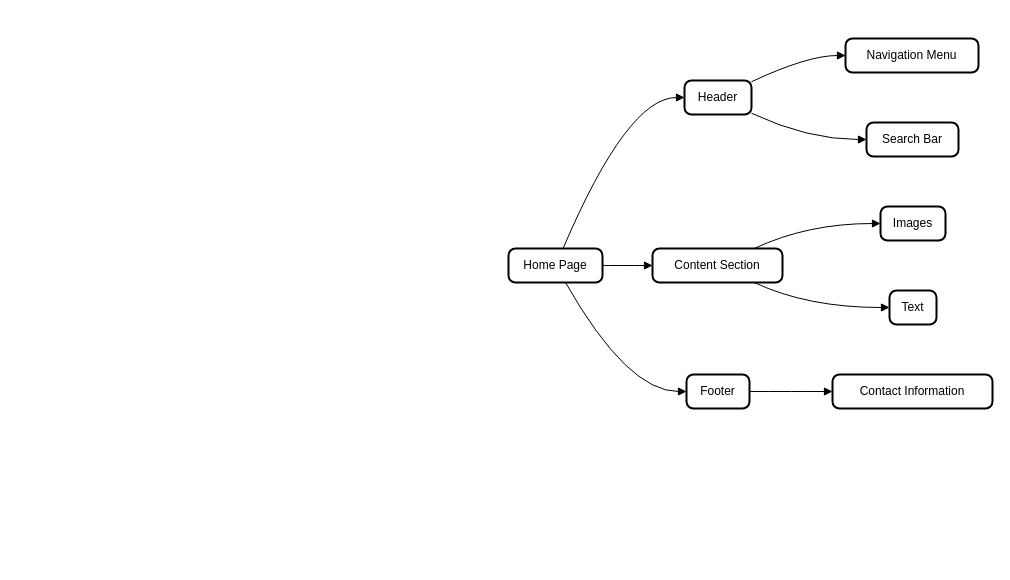
The draw.io diagram planning/Untitled Diagram.drawio in cjfritz9/ecomm-for-kids, before the edit. Source tidied: cells renumbered, new cells numbered last; positions are measured from the earlier drawing's top-left corner, leaving out a move shared by most shapes. Both pictures are drawn from the tidied source at 100%, with x=0, y=0 at pixel (508, 38).
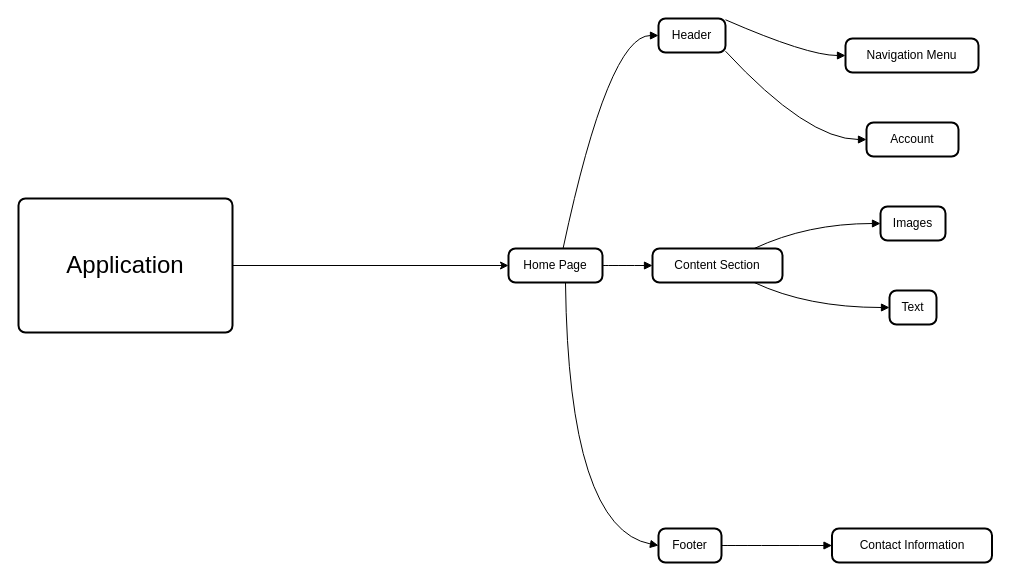
The same page after the edit.

The change refers to these unchanged cells:
```xml
<mxCell id="2" value="Home Page" style="rounded=1;absoluteArcSize=1;arcSize=14;whiteSpace=wrap;strokeWidth=2;" parent="1" vertex="1">
  <mxGeometry y="210" width="94" height="34" as="geometry" />
</mxCell>
```

Change to the diagram source:
```diff
@@
     <mxCell id="3" value="Header" style="rounded=1;absoluteArcSize=1;arcSize=14;whiteSpace=wrap;strokeWidth=2;" parent="1" vertex="1">
-      <mxGeometry x="176" y="42" width="67" height="34" as="geometry" />
+      <mxGeometry x="150" y="-20" width="67" height="34" as="geometry" />
     </mxCell>
@@
     <mxCell id="5" value="Footer" style="rounded=1;absoluteArcSize=1;arcSize=14;whiteSpace=wrap;strokeWidth=2;" parent="1" vertex="1">
-      <mxGeometry x="178" y="336" width="63" height="34" as="geometry" />
+      <mxGeometry x="150" y="490" width="63" height="34" as="geometry" />
     </mxCell>
@@
-    <mxCell id="7" value="Search Bar" style="rounded=1;absoluteArcSize=1;arcSize=14;whiteSpace=wrap;strokeWidth=2;" parent="1" vertex="1">
+    <mxCell id="7" value="Account" style="rounded=1;absoluteArcSize=1;arcSize=14;whiteSpace=wrap;strokeWidth=2;" parent="1" vertex="1">
       <mxGeometry x="358" y="84" width="92" height="34" as="geometry" />
     </mxCell>
@@
     <mxCell id="10" value="Contact Information" style="rounded=1;absoluteArcSize=1;arcSize=14;whiteSpace=wrap;strokeWidth=2;" parent="1" vertex="1">
-      <mxGeometry x="324" y="336" width="160" height="34" as="geometry" />
+      <mxGeometry x="323.5" y="490" width="160" height="34" as="geometry" />
     </mxCell>
     <mxCell id="11" style="curved=1;startArrow=none;endArrow=block;exitX=0.5803905359517477;exitY=0;entryX=-0.00408115671641791;entryY=0.5;" parent="1" edge="1" source="2" target="3">
       <mxGeometry relative="1" as="geometry">
         <Array as="points">
-          <mxPoint x="119" y="59" />
+          <mxPoint x="100" y="-3" />
         </Array>
       </mxGeometry>
     </mxCell>
@@
     <mxCell id="13" style="curved=1;startArrow=none;endArrow=block;exitX=0.6063147083966566;exitY=1;entryX=0.00043402777777777775;entryY=0.5;" parent="1" edge="1" source="2" target="5">
       <mxGeometry relative="1" as="geometry">
         <Array as="points">
-          <mxPoint x="119" y="353" />
+          <mxPoint x="60" y="490" />
         </Array>
       </mxGeometry>
     </mxCell>
@@
+    <mxCell id="19" style="edgeStyle=orthogonalEdgeStyle;rounded=0;jettySize=auto;html=1;entryX=0;entryY=0.5;entryDx=0;entryDy=0;" parent="1" edge="1" source="20" target="2">
+      <mxGeometry relative="1" as="geometry" />
+    </mxCell>
+    <mxCell id="20" value="Application" style="rounded=1;absoluteArcSize=1;arcSize=14;whiteSpace=wrap;strokeWidth=2;fontSize=24;fontStyle=0;" parent="1" vertex="1">
+      <mxGeometry x="-490" y="160" width="214" height="134" as="geometry" />
+    </mxCell>
```
